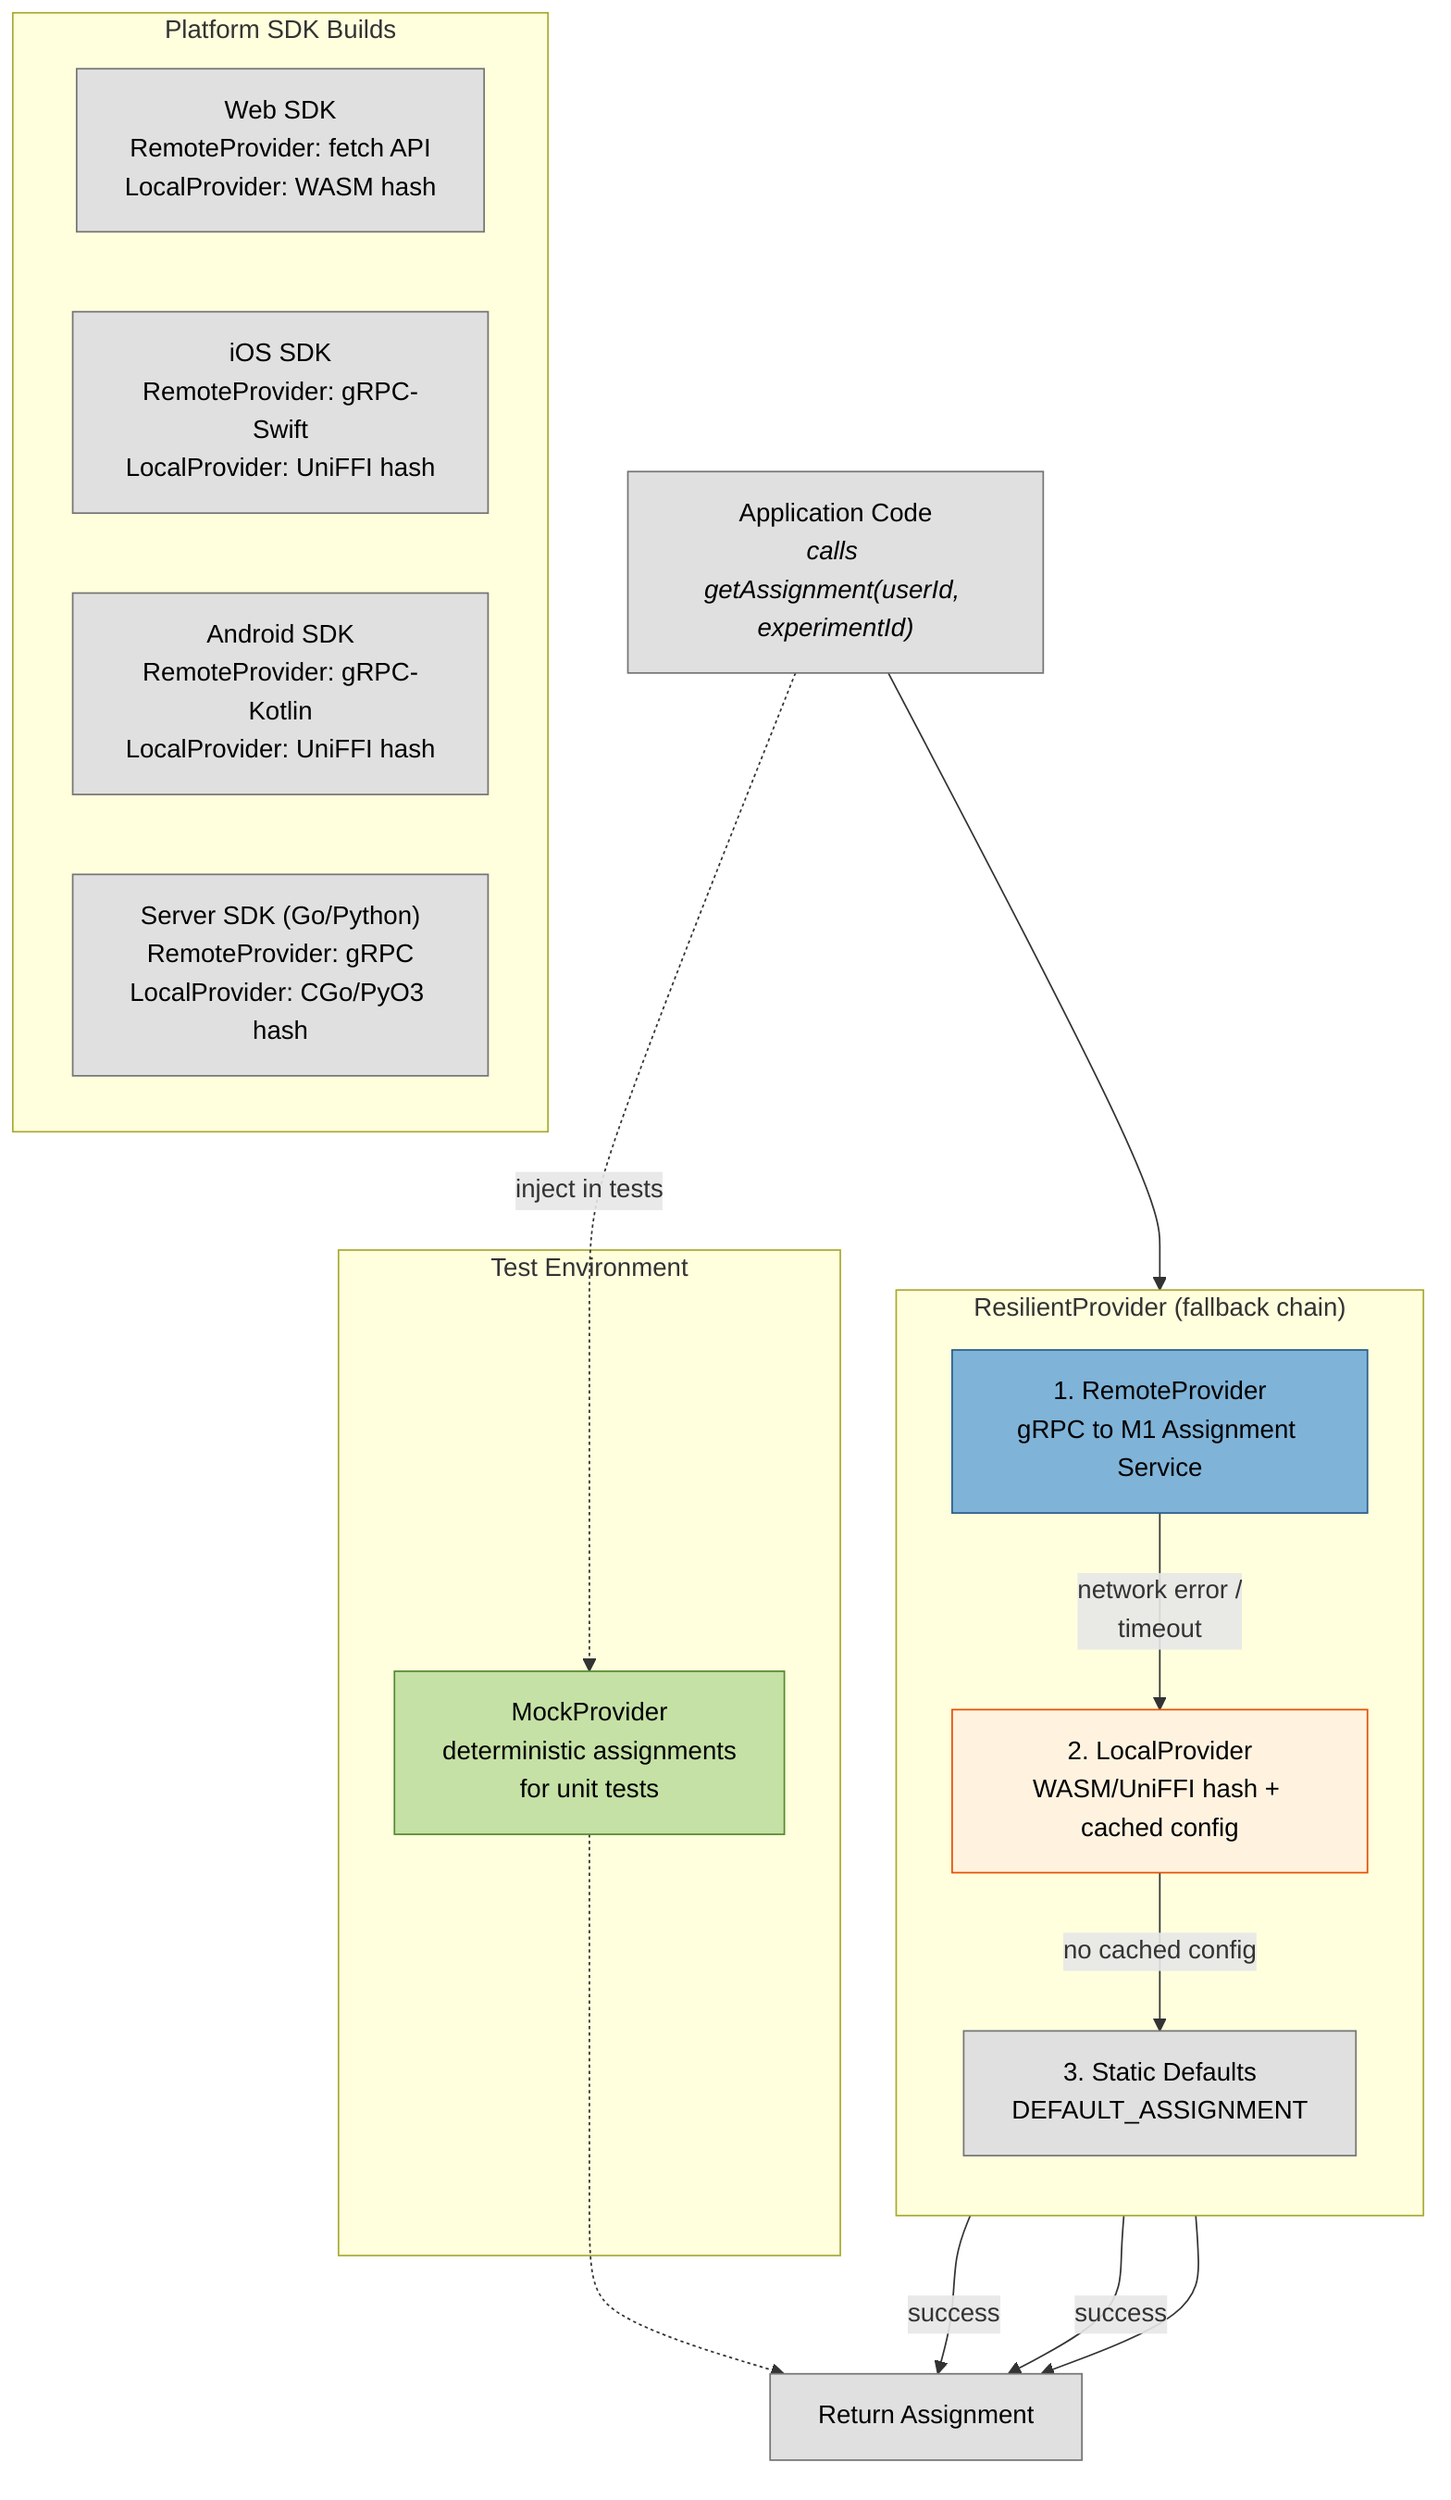
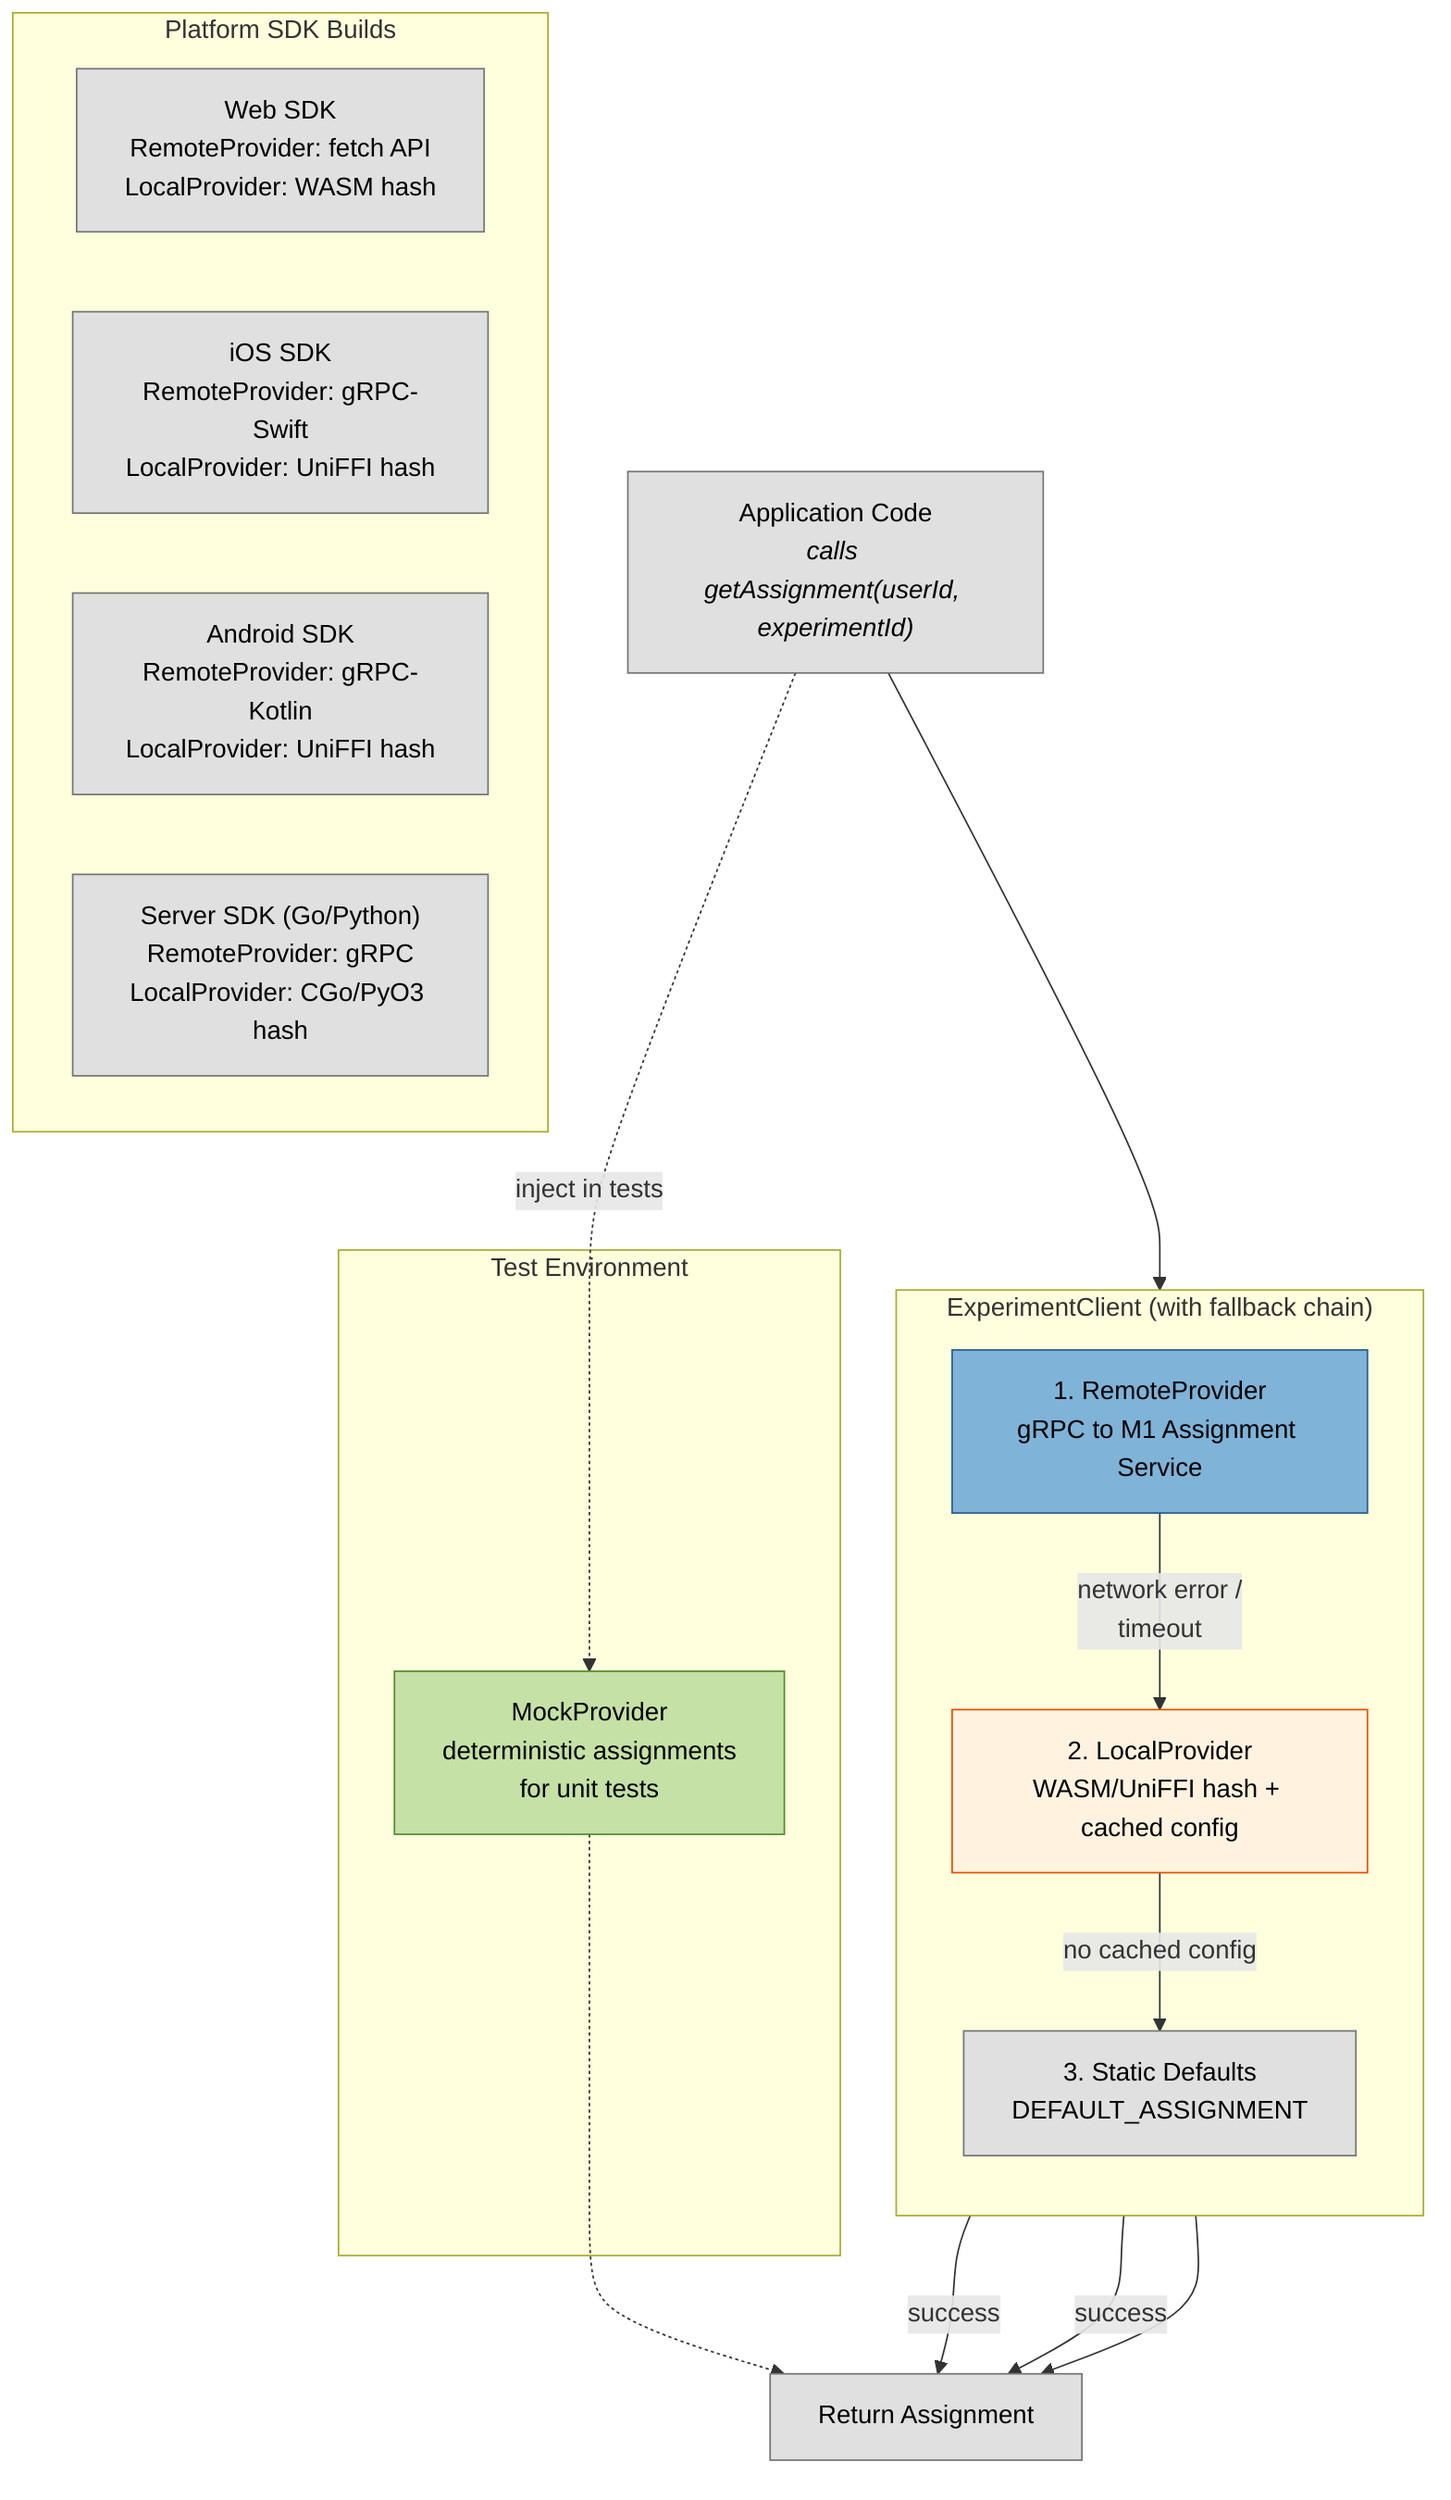
flowchart TB
    APP["Application Code<br/><i>calls getAssignment(userId, experimentId)</i>"]

-     subgraph RP["ResilientProvider (fallback chain)"]
+     subgraph RP["ExperimentClient (with fallback chain)"]
        direction TB
        R["1. RemoteProvider<br/>gRPC to M1 Assignment Service"]
        L["2. LocalProvider<br/>WASM/UniFFI hash + cached config"]
        S["3. Static Defaults<br/>DEFAULT_ASSIGNMENT"]
    end

    APP --> RP
    R -->|"success"| RET["Return Assignment"]
    R -->|"network error /<br/>timeout"| L
    L -->|"success"| RET
    L -->|"no cached config"| S
    S --> RET

    subgraph Testing["Test Environment"]
        MOCK["MockProvider<br/>deterministic assignments<br/>for unit tests"]
    end

    APP -.->|"inject in tests"| MOCK
    MOCK -.-> RET

    subgraph Platforms["Platform SDK Builds"]
        direction LR
        WEB["Web SDK<br/>RemoteProvider: fetch API<br/>LocalProvider: WASM hash"]
        IOS["iOS SDK<br/>RemoteProvider: gRPC-Swift<br/>LocalProvider: UniFFI hash"]
        AND["Android SDK<br/>RemoteProvider: gRPC-Kotlin<br/>LocalProvider: UniFFI hash"]
        SRV["Server SDK (Go/Python)<br/>RemoteProvider: gRPC<br/>LocalProvider: CGo/PyO3 hash"]
    end

    classDef primary fill:#7fb3d8,stroke:#2c5f8a,color:#000
    classDef fallback fill:#fff3e0,stroke:#e65100,color:#000
    classDef default fill:#e0e0e0,stroke:#757575,color:#000
    classDef test fill:#c5e1a5,stroke:#558b2f,color:#000

    class R primary
    class L fallback
    class S default
    class MOCK test
